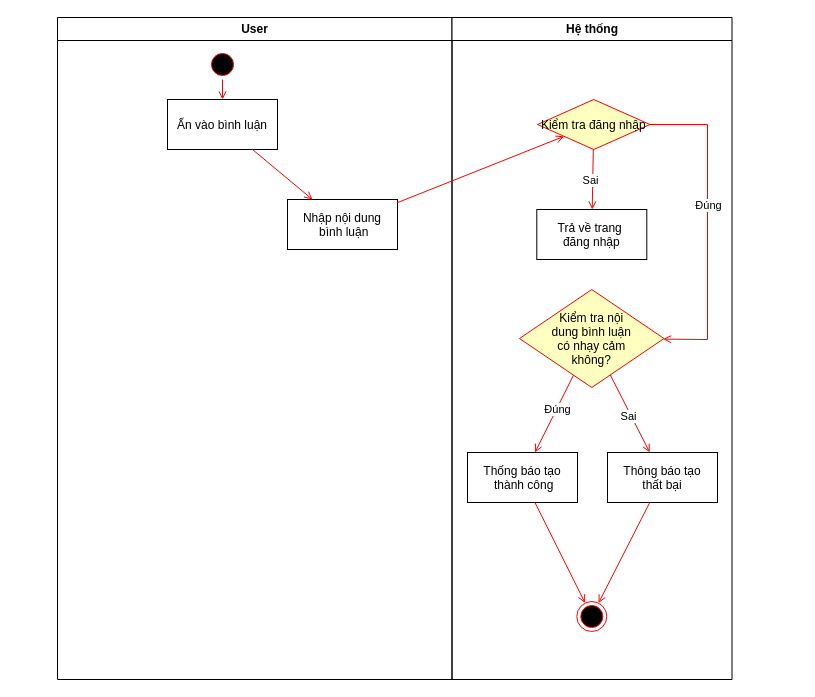
This is BlogProject/BlogProject/BinhLuanActivity.drawio from TranThanhHoang123/Blog, a draw.io file, before an edit. Source tidied: cells renumbered, new cells numbered last; positions are measured from the earlier drawing's top-left corner, leaving out a move shared by most shapes. Both pictures are drawn from the tidied source at 100%, with x=0, y=0 at pixel (57, 17).
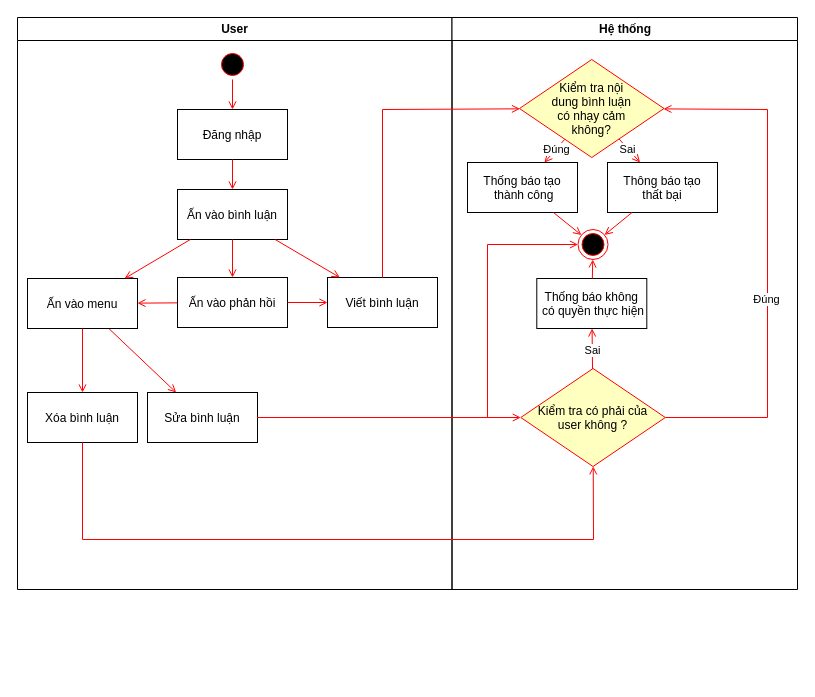
After the change.

The change refers to these unchanged cells:
```xml
<mxCell id="15" style="endArrow=open;strokeColor=#FF0000;endFill=1;rounded=0;" parent="8" edge="1" source="9" target="12">
  <mxGeometry relative="1" as="geometry" />
</mxCell>
```

What changed in the source:
```diff
@@
     <mxCell id="2" value="User" style="swimlane;whiteSpace=wrap;" parent="1" vertex="1">
-      <mxGeometry width="394.5" height="662" as="geometry" />
+      <mxGeometry x="-40" width="434.5" height="572" as="geometry" />
     </mxCell>
     <mxCell id="3" style="ellipse;shape=startState;fillColor=#000000;strokeColor=#ff0000;" parent="2" vertex="1">
-      <mxGeometry x="150" y="32" width="30" height="30" as="geometry" />
+      <mxGeometry x="200" y="32" width="30" height="30" as="geometry" />
     </mxCell>
-    <mxCell id="4" value="Ấn vào bình luận" parent="2" vertex="1">
-      <mxGeometry x="110" y="82" width="110" height="50" as="geometry" />
+    <mxCell id="4" value="Đăng nhập" parent="2" vertex="1">
+      <mxGeometry x="160" y="92" width="110" height="50" as="geometry" />
     </mxCell>
@@
-    <mxCell id="6" value="Nhập nội dung&#10; bình luận" parent="2" vertex="1">
-      <mxGeometry x="230" y="182" width="110" height="50" as="geometry" />
+    <mxCell id="6" value="Ấn vào bình luận" parent="2" vertex="1">
+      <mxGeometry x="160" y="172" width="110" height="50" as="geometry" />
     </mxCell>
@@
+    <mxCell id="26" value="Sửa bình luận" parent="2" vertex="1">
+      <mxGeometry x="130" y="375" width="110" height="50" as="geometry" />
+    </mxCell>
+    <mxCell id="27" style="endArrow=open;strokeColor=#FF0000;endFill=1;rounded=0;" parent="2" edge="1" source="29" target="26">
+      <mxGeometry relative="1" as="geometry" />
+    </mxCell>
+    <mxCell id="28" value="Xóa bình luận" parent="2" vertex="1">
+      <mxGeometry x="10" y="375" width="110" height="50" as="geometry" />
+    </mxCell>
+    <mxCell id="29" value="Ấn vào menu" parent="2" vertex="1">
+      <mxGeometry x="10" y="261" width="110" height="50" as="geometry" />
+    </mxCell>
+    <mxCell id="30" style="endArrow=open;strokeColor=#FF0000;endFill=1;rounded=0;" parent="2" edge="1" source="29" target="28">
+      <mxGeometry relative="1" as="geometry" />
+    </mxCell>
+    <mxCell id="31" style="endArrow=open;strokeColor=#FF0000;endFill=1;rounded=0;" parent="2" edge="1" source="6" target="29">
+      <mxGeometry relative="1" as="geometry" />
+    </mxCell>
+    <mxCell id="32" value="Viết bình luận" parent="2" vertex="1">
+      <mxGeometry x="310" y="260" width="110" height="50" as="geometry" />
+    </mxCell>
+    <mxCell id="33" style="endArrow=open;strokeColor=#FF0000;endFill=1;rounded=0;" parent="2" edge="1" source="6" target="32">
+      <mxGeometry relative="1" as="geometry" />
+    </mxCell>
+    <mxCell id="34" value="Ấn vào phản hồi" parent="2" vertex="1">
+      <mxGeometry x="160" y="260" width="110" height="50" as="geometry" />
+    </mxCell>
+    <mxCell id="35" style="endArrow=open;strokeColor=#FF0000;endFill=1;rounded=0;" parent="2" edge="1" source="6" target="34">
+      <mxGeometry relative="1" as="geometry" />
+    </mxCell>
+    <mxCell id="36" style="endArrow=open;strokeColor=#FF0000;endFill=1;rounded=0;" parent="2" edge="1" source="34" target="32">
+      <mxGeometry relative="1" as="geometry" />
+    </mxCell>
+    <mxCell id="37" style="endArrow=open;strokeColor=#FF0000;endFill=1;rounded=0;" parent="2" edge="1" source="34" target="29">
+      <mxGeometry relative="1" as="geometry" />
+    </mxCell>
     <mxCell id="8" value="Hệ thống" style="swimlane;whiteSpace=wrap;" parent="1" vertex="1">
-      <mxGeometry x="394.5" width="280" height="662" as="geometry" />
+      <mxGeometry x="394.5" width="345.5" height="572" as="geometry" />
     </mxCell>
     <mxCell id="9" value="Kiểm tra nội&#10;dung bình luận &#10;có nhạy cảm &#10;không?" style="rhombus;fillColor=#ffffc0;strokeColor=#ff0000;" parent="8" vertex="1">
-      <mxGeometry x="67.5" y="272" width="144.5" height="98" as="geometry" />
+      <mxGeometry x="67.5" y="42" width="144.5" height="98" as="geometry" />
     </mxCell>
     <mxCell id="10" style="ellipse;shape=endState;fillColor=#000000;strokeColor=#ff0000;" parent="8" vertex="1">
-      <mxGeometry x="124.8" y="584" width="30" height="30" as="geometry" />
+      <mxGeometry x="126" y="212" width="30" height="30" as="geometry" />
     </mxCell>
     <mxCell id="11" value="Thống báo tạo&#10; thành công" parent="8" vertex="1">
-      <mxGeometry x="15.5" y="435" width="110" height="50" as="geometry" />
+      <mxGeometry x="15.5" y="145" width="110" height="50" as="geometry" />
     </mxCell>
     <mxCell id="12" value="Thông báo tạo&#10;thất bại" parent="8" vertex="1">
-      <mxGeometry x="155.5" y="435" width="110" height="50" as="geometry" />
+      <mxGeometry x="155.5" y="145" width="110" height="50" as="geometry" />
     </mxCell>
@@
     <mxCell id="16" value="Sai" style="edgeLabel;html=1;align=center;verticalAlign=middle;" parent="15" vertex="1">
-      <mxGeometry x="0.04" y="-3" relative="1" as="geometry" />
+      <mxGeometry x="0.04" y="-3" relative="1" as="geometry">
+        <mxPoint y="-4" as="offset" />
+      </mxGeometry>
     </mxCell>
@@
-    <mxCell id="18" value="Trả về trang &#10;đăng nhập" parent="8" vertex="1">
-      <mxGeometry x="84.8" y="192" width="110" height="50" as="geometry" />
-    </mxCell>
-    <mxCell id="19" value="Kiểm tra đăng nhập" style="rhombus;fillColor=#ffffc0;strokeColor=#ff0000;" parent="8" vertex="1">
-      <mxGeometry x="85.5" y="82" width="112.5" height="50" as="geometry" />
-    </mxCell>
-    <mxCell id="20" style="endArrow=open;strokeColor=#FF0000;endFill=1;rounded=0;" parent="8" edge="1" source="19" target="18">
-      <mxGeometry relative="1" as="geometry" />
-    </mxCell>
+    <mxCell id="24" style="endArrow=open;strokeColor=#FF0000;endFill=1;rounded=0;" parent="8" edge="1" source="12" target="10">
+      <mxGeometry relative="1" as="geometry" />
+    </mxCell>
+    <mxCell id="38" value="Kiểm tra có phải của &#10;user không ?" style="rhombus;fillColor=#ffffc0;strokeColor=#ff0000;" parent="8" vertex="1">
+      <mxGeometry x="68.8" y="351" width="144.5" height="98" as="geometry" />
+    </mxCell>
+    <mxCell id="39" style="endArrow=open;strokeColor=#FF0000;endFill=1;rounded=0;" parent="8" edge="1" source="38" target="9">
+      <mxGeometry relative="1" as="geometry">
+        <Array as="points">
+          <mxPoint x="315.5" y="400" />
+          <mxPoint x="315.5" y="92" />
+        </Array>
+      </mxGeometry>
+    </mxCell>
+    <mxCell id="23" value="Đúng" style="edgeLabel;html=1;align=center;verticalAlign=middle;" parent="39" vertex="1">
+      <mxGeometry x="-0.14" y="2" relative="1" as="geometry" />
+    </mxCell>
+    <mxCell id="40" value="Thống báo không&#10; có quyền thực hiện" parent="8" vertex="1">
+      <mxGeometry x="84.8" y="261" width="110" height="50" as="geometry" />
+    </mxCell>
+    <mxCell id="41" style="endArrow=open;strokeColor=#FF0000;endFill=1;rounded=0;" parent="8" edge="1" source="40" target="10">
+      <mxGeometry relative="1" as="geometry" />
+    </mxCell>
+    <mxCell id="42" style="endArrow=open;strokeColor=#FF0000;endFill=1;rounded=0;" parent="8" edge="1" source="38" target="40">
+      <mxGeometry relative="1" as="geometry" />
+    </mxCell>
-    <mxCell id="21" value="Sai" style="edgeLabel;html=1;align=center;verticalAlign=middle;" parent="20" vertex="1">
-      <mxGeometry x="0.04" y="-3" relative="1" as="geometry" />
+    <mxCell id="21" value="Sai" style="edgeLabel;html=1;align=center;verticalAlign=middle;" parent="42" vertex="1">
+      <mxGeometry x="-0.05" relative="1" as="geometry" />
     </mxCell>
-    <mxCell id="22" style="endArrow=open;strokeColor=#FF0000;endFill=1;rounded=0;" parent="8" edge="1" source="19" target="9">
-      <mxGeometry relative="1" as="geometry">
-        <Array as="points">
-          <mxPoint x="255.5" y="107" />
-          <mxPoint x="255.5" y="322" />
-        </Array>
-      </mxGeometry>
-    </mxCell>
-    <mxCell id="23" value="Đúng" style="edgeLabel;html=1;align=center;verticalAlign=middle;" parent="22" vertex="1">
-      <mxGeometry x="-0.13" relative="1" as="geometry" />
-    </mxCell>
-    <mxCell id="24" style="endArrow=open;strokeColor=#FF0000;endFill=1;rounded=0;" parent="8" edge="1" source="12" target="10">
-      <mxGeometry relative="1" as="geometry" />
-    </mxCell>
-    <mxCell id="25" style="endArrow=open;strokeColor=#FF0000;endFill=1;rounded=0;" parent="1" edge="1" source="6" target="19">
-      <mxGeometry relative="1" as="geometry" />
-    </mxCell>
+    <mxCell id="43" style="endArrow=open;strokeColor=#FF0000;endFill=1;rounded=0;" parent="1" edge="1" source="32" target="9">
+      <mxGeometry relative="1" as="geometry">
+        <Array as="points">
+          <mxPoint x="325" y="92" />
+        </Array>
+      </mxGeometry>
+    </mxCell>
+    <mxCell id="44" style="endArrow=open;strokeColor=#FF0000;endFill=1;rounded=0;" parent="1" edge="1" source="26" target="38">
+      <mxGeometry relative="1" as="geometry" />
+    </mxCell>
+    <mxCell id="45" style="endArrow=open;strokeColor=#FF0000;endFill=1;rounded=0;" parent="1" edge="1" source="26" target="10">
+      <mxGeometry relative="1" as="geometry">
+        <Array as="points">
+          <mxPoint x="430" y="400" />
+          <mxPoint x="430" y="227" />
+        </Array>
+      </mxGeometry>
+    </mxCell>
+    <mxCell id="46" style="endArrow=open;strokeColor=#FF0000;endFill=1;rounded=0;" parent="1" edge="1" source="28" target="38">
+      <mxGeometry relative="1" as="geometry">
+        <Array as="points">
+          <mxPoint x="25" y="522" />
+          <mxPoint x="536" y="522" />
+        </Array>
+      </mxGeometry>
+    </mxCell>
```
